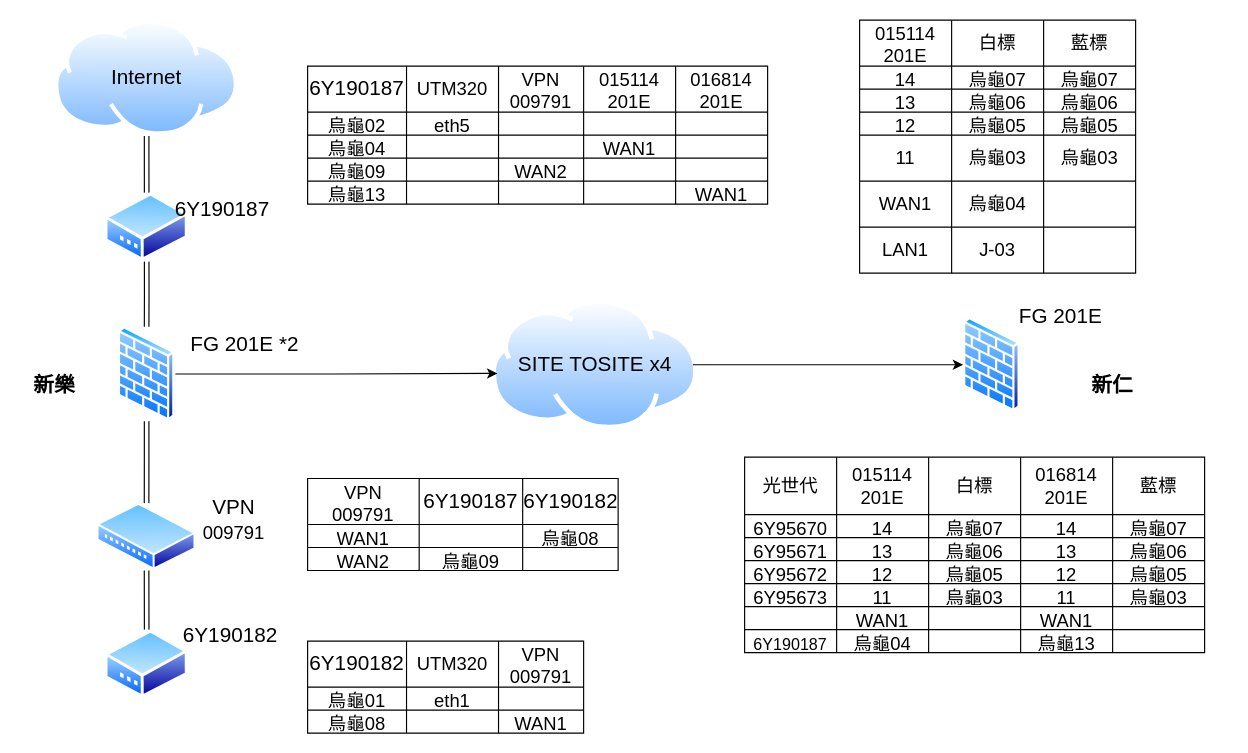
Earlier version of the draw.io diagram 新樂端.drawio (HungYn/drqw). Source tidied: cells renumbered, new cells numbered last; positions are measured from the earlier drawing's top-left corner, leaving out a move shared by most shapes. Both pictures are drawn from the tidied source at 115%, with x=0, y=0 at pixel (20, 20).
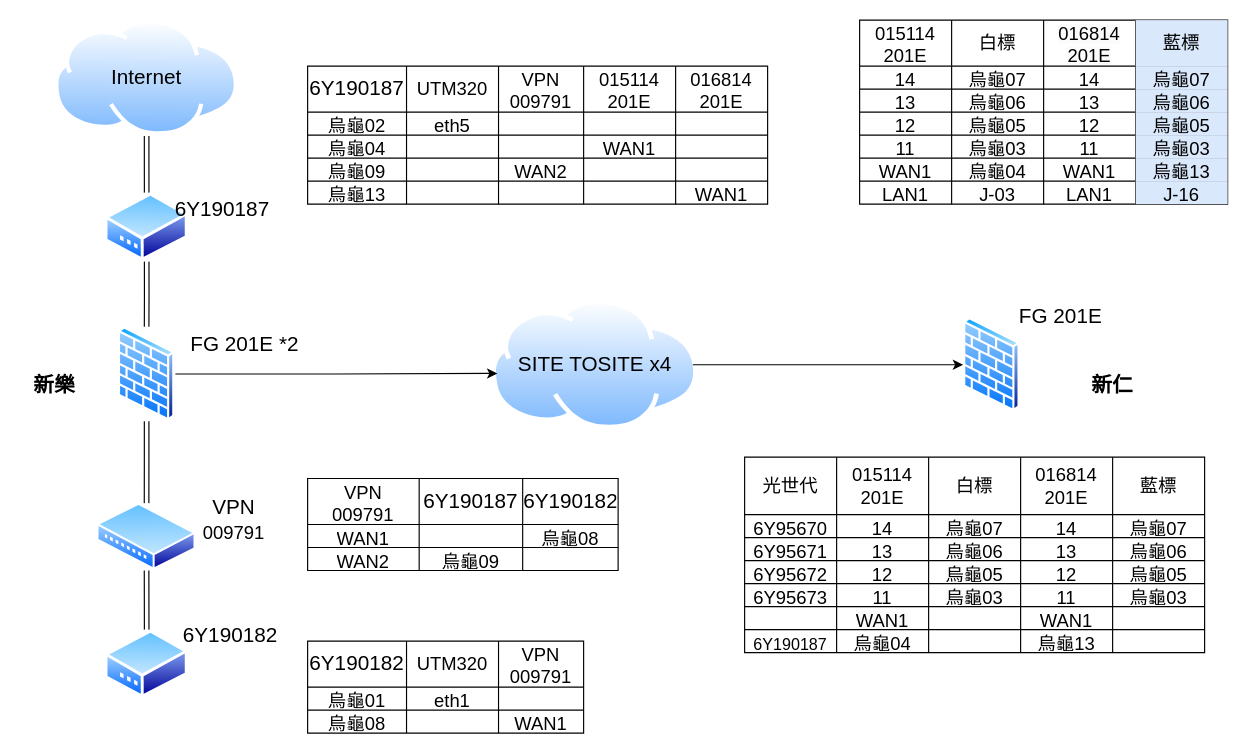
After the change.

Change to the diagram source:
```diff
@@
     <mxCell id="26" style="shape=table;startSize=0;childLayout=tableLayout;fontSize=16;strokeColor=default;align=center;verticalAlign=middle;fontFamily=Helvetica;fontColor=default;fillColor=default;" parent="1" vertex="1">
-      <mxGeometry x="730" width="240" height="220" as="geometry" />
+      <mxGeometry x="730" width="320" height="160" as="geometry" />
     </mxCell>
     <mxCell id="27" style="shape=tableRow;horizontal=0;startSize=0;swimlaneHead=0;swimlaneBody=0;strokeColor=inherit;top=0;left=0;bottom=0;right=0;fillColor=none;fontSize=16;align=center;verticalAlign=middle;fontFamily=Helvetica;fontColor=default;" parent="26" vertex="1">
-      <mxGeometry width="240" height="40" as="geometry" />
+      <mxGeometry width="320" height="40" as="geometry" />
     </mxCell>
@@
+    <mxCell id="155" value="&lt;span style=&quot;color: rgb(0, 0, 0); font-family: Helvetica; font-size: 16px; font-style: normal; font-variant-ligatures: normal; font-variant-caps: normal; font-weight: 400; letter-spacing: normal; orphans: 2; text-align: center; text-indent: 0px; text-transform: none; widows: 2; word-spacing: 0px; -webkit-text-stroke-width: 0px; white-space: normal; background-color: rgb(251, 251, 251); text-decoration-thickness: initial; text-decoration-style: initial; text-decoration-color: initial; display: inline !important; float: none;&quot;&gt;016814&lt;/span&gt;&lt;br style=&quot;forced-color-adjust: none; color: rgb(0, 0, 0); font-family: Helvetica; font-size: 16px; font-style: normal; font-variant-ligatures: normal; font-variant-caps: normal; font-weight: 400; letter-spacing: normal; orphans: 2; text-align: center; text-indent: 0px; text-transform: none; widows: 2; word-spacing: 0px; -webkit-text-stroke-width: 0px; white-space: normal; background-color: rgb(251, 251, 251); text-decoration-thickness: initial; text-decoration-style: initial; text-decoration-color: initial;&quot;&gt;&lt;span style=&quot;color: rgb(0, 0, 0); font-family: Helvetica; font-size: 16px; font-style: normal; font-variant-ligatures: normal; font-variant-caps: normal; font-weight: 400; letter-spacing: normal; orphans: 2; text-align: center; text-indent: 0px; text-transform: none; widows: 2; word-spacing: 0px; -webkit-text-stroke-width: 0px; white-space: normal; background-color: rgb(251, 251, 251); text-decoration-thickness: initial; text-decoration-style: initial; text-decoration-color: initial; display: inline !important; float: none;&quot;&gt;201E&lt;/span&gt;&lt;div&gt;&lt;br/&gt;&lt;/div&gt;" style="shape=partialRectangle;html=1;whiteSpace=wrap;strokeColor=inherit;overflow=hidden;fillColor=none;top=0;left=0;bottom=0;right=0;fontSize=16;align=center;verticalAlign=middle;fontFamily=Helvetica;fontColor=default;" parent="27" vertex="1">
+      <mxGeometry x="160" width="80" height="40" as="geometry" />
+    </mxCell>
-    <mxCell id="30" value="藍標" style="shape=partialRectangle;html=1;whiteSpace=wrap;strokeColor=inherit;overflow=hidden;fillColor=none;top=0;left=0;bottom=0;right=0;fontSize=16;align=center;verticalAlign=middle;fontFamily=Helvetica;fontColor=default;" parent="27" vertex="1">
-      <mxGeometry x="160" width="80" height="40" as="geometry" />
+    <mxCell id="30" value="藍標" style="shape=partialRectangle;html=1;whiteSpace=wrap;strokeColor=#6c8ebf;overflow=hidden;fillColor=#dae8fc;top=0;left=0;bottom=0;right=0;fontSize=16;align=center;verticalAlign=middle;fontFamily=Helvetica;" parent="27" vertex="1">
+      <mxGeometry x="240" width="80" height="40" as="geometry" />
     </mxCell>
     <mxCell id="31" style="shape=tableRow;horizontal=0;startSize=0;swimlaneHead=0;swimlaneBody=0;strokeColor=inherit;top=0;left=0;bottom=0;right=0;fillColor=none;fontSize=16;align=center;verticalAlign=middle;fontFamily=Helvetica;fontColor=default;" parent="26" vertex="1">
-      <mxGeometry y="40" width="240" height="20" as="geometry" />
+      <mxGeometry y="40" width="320" height="20" as="geometry" />
     </mxCell>
@@
+    <mxCell id="156" value="14" style="shape=partialRectangle;html=1;whiteSpace=wrap;strokeColor=inherit;overflow=hidden;fillColor=none;top=0;left=0;bottom=0;right=0;fontSize=16;align=center;verticalAlign=middle;fontFamily=Helvetica;fontColor=default;" parent="31" vertex="1">
+      <mxGeometry x="160" width="80" height="20" as="geometry" />
+    </mxCell>
-    <mxCell id="34" value="烏龜07" style="shape=partialRectangle;html=1;whiteSpace=wrap;strokeColor=inherit;overflow=hidden;fillColor=none;top=0;left=0;bottom=0;right=0;fontSize=16;align=center;verticalAlign=middle;fontFamily=Helvetica;fontColor=default;" parent="31" vertex="1">
-      <mxGeometry x="160" width="80" height="20" as="geometry" />
+    <mxCell id="34" value="烏龜07" style="shape=partialRectangle;html=1;whiteSpace=wrap;strokeColor=#6c8ebf;overflow=hidden;fillColor=#dae8fc;top=0;left=0;bottom=0;right=0;fontSize=16;align=center;verticalAlign=middle;fontFamily=Helvetica;" parent="31" vertex="1">
+      <mxGeometry x="240" width="80" height="20" as="geometry" />
     </mxCell>
     <mxCell id="35" style="shape=tableRow;horizontal=0;startSize=0;swimlaneHead=0;swimlaneBody=0;strokeColor=inherit;top=0;left=0;bottom=0;right=0;fillColor=none;fontSize=16;align=center;verticalAlign=middle;fontFamily=Helvetica;fontColor=default;" parent="26" vertex="1">
-      <mxGeometry y="60" width="240" height="20" as="geometry" />
+      <mxGeometry y="60" width="320" height="20" as="geometry" />
     </mxCell>
@@
+    <mxCell id="157" value="13" style="shape=partialRectangle;html=1;whiteSpace=wrap;strokeColor=inherit;overflow=hidden;fillColor=none;top=0;left=0;bottom=0;right=0;fontSize=16;align=center;verticalAlign=middle;fontFamily=Helvetica;fontColor=default;" parent="35" vertex="1">
+      <mxGeometry x="160" width="80" height="20" as="geometry" />
+    </mxCell>
-    <mxCell id="38" value="烏龜06" style="shape=partialRectangle;html=1;whiteSpace=wrap;strokeColor=inherit;overflow=hidden;fillColor=none;top=0;left=0;bottom=0;right=0;fontSize=16;align=center;verticalAlign=middle;fontFamily=Helvetica;fontColor=default;" parent="35" vertex="1">
-      <mxGeometry x="160" width="80" height="20" as="geometry" />
+    <mxCell id="38" value="烏龜06" style="shape=partialRectangle;html=1;whiteSpace=wrap;strokeColor=#6c8ebf;overflow=hidden;fillColor=#dae8fc;top=0;left=0;bottom=0;right=0;fontSize=16;align=center;verticalAlign=middle;fontFamily=Helvetica;" parent="35" vertex="1">
+      <mxGeometry x="240" width="80" height="20" as="geometry" />
     </mxCell>
     <mxCell id="39" style="shape=tableRow;horizontal=0;startSize=0;swimlaneHead=0;swimlaneBody=0;strokeColor=inherit;top=0;left=0;bottom=0;right=0;fillColor=none;fontSize=16;align=center;verticalAlign=middle;fontFamily=Helvetica;fontColor=default;" parent="26" vertex="1">
-      <mxGeometry y="80" width="240" height="20" as="geometry" />
+      <mxGeometry y="80" width="320" height="20" as="geometry" />
     </mxCell>
@@
+    <mxCell id="158" value="12" style="shape=partialRectangle;html=1;whiteSpace=wrap;strokeColor=inherit;overflow=hidden;fillColor=none;top=0;left=0;bottom=0;right=0;fontSize=16;align=center;verticalAlign=middle;fontFamily=Helvetica;fontColor=default;" parent="39" vertex="1">
+      <mxGeometry x="160" width="80" height="20" as="geometry" />
+    </mxCell>
-    <mxCell id="42" value="烏龜05" style="shape=partialRectangle;html=1;whiteSpace=wrap;strokeColor=inherit;overflow=hidden;fillColor=none;top=0;left=0;bottom=0;right=0;fontSize=16;align=center;verticalAlign=middle;fontFamily=Helvetica;fontColor=default;" parent="39" vertex="1">
-      <mxGeometry x="160" width="80" height="20" as="geometry" />
+    <mxCell id="42" value="烏龜05" style="shape=partialRectangle;html=1;whiteSpace=wrap;strokeColor=#6c8ebf;overflow=hidden;fillColor=#dae8fc;top=0;left=0;bottom=0;right=0;fontSize=16;align=center;verticalAlign=middle;fontFamily=Helvetica;" parent="39" vertex="1">
+      <mxGeometry x="240" width="80" height="20" as="geometry" />
     </mxCell>
     <mxCell id="43" style="shape=tableRow;horizontal=0;startSize=0;swimlaneHead=0;swimlaneBody=0;strokeColor=inherit;top=0;left=0;bottom=0;right=0;fillColor=none;fontSize=16;align=center;verticalAlign=middle;fontFamily=Helvetica;fontColor=default;" parent="26" vertex="1">
-      <mxGeometry y="100" width="240" height="40" as="geometry" />
+      <mxGeometry y="100" width="320" height="20" as="geometry" />
     </mxCell>
     <mxCell id="44" value="11" style="shape=partialRectangle;html=1;whiteSpace=wrap;strokeColor=inherit;overflow=hidden;fillColor=none;top=0;left=0;bottom=0;right=0;fontSize=16;align=center;verticalAlign=middle;fontFamily=Helvetica;fontColor=default;" parent="43" vertex="1">
-      <mxGeometry width="80" height="40" as="geometry" />
+      <mxGeometry width="80" height="20" as="geometry" />
     </mxCell>
     <mxCell id="45" value="&lt;span style=&quot;color: rgb(0, 0, 0); font-family: Helvetica; font-size: 16px; font-style: normal; font-variant-ligatures: normal; font-variant-caps: normal; font-weight: 400; letter-spacing: normal; orphans: 2; text-align: center; text-indent: 0px; text-transform: none; widows: 2; word-spacing: 0px; -webkit-text-stroke-width: 0px; white-space: normal; background-color: rgb(251, 251, 251); text-decoration-thickness: initial; text-decoration-style: initial; text-decoration-color: initial; display: inline !important; float: none;&quot;&gt;烏龜03&lt;/span&gt;" style="shape=partialRectangle;html=1;whiteSpace=wrap;strokeColor=inherit;overflow=hidden;fillColor=none;top=0;left=0;bottom=0;right=0;fontSize=16;align=center;verticalAlign=middle;fontFamily=Helvetica;fontColor=default;" parent="43" vertex="1">
-      <mxGeometry x="80" width="80" height="40" as="geometry" />
+      <mxGeometry x="80" width="80" height="20" as="geometry" />
     </mxCell>
+    <mxCell id="159" value="11" style="shape=partialRectangle;html=1;whiteSpace=wrap;strokeColor=inherit;overflow=hidden;fillColor=none;top=0;left=0;bottom=0;right=0;fontSize=16;align=center;verticalAlign=middle;fontFamily=Helvetica;fontColor=default;" parent="43" vertex="1">
+      <mxGeometry x="160" width="80" height="20" as="geometry" />
+    </mxCell>
-    <mxCell id="46" value="烏龜03" style="shape=partialRectangle;html=1;whiteSpace=wrap;strokeColor=inherit;overflow=hidden;fillColor=none;top=0;left=0;bottom=0;right=0;fontSize=16;align=center;verticalAlign=middle;fontFamily=Helvetica;fontColor=default;" parent="43" vertex="1">
-      <mxGeometry x="160" width="80" height="40" as="geometry" />
+    <mxCell id="46" value="烏龜03" style="shape=partialRectangle;html=1;whiteSpace=wrap;strokeColor=#6c8ebf;overflow=hidden;fillColor=#dae8fc;top=0;left=0;bottom=0;right=0;fontSize=16;align=center;verticalAlign=middle;fontFamily=Helvetica;" parent="43" vertex="1">
+      <mxGeometry x="240" width="80" height="20" as="geometry" />
     </mxCell>
     <mxCell id="47" style="shape=tableRow;horizontal=0;startSize=0;swimlaneHead=0;swimlaneBody=0;strokeColor=inherit;top=0;left=0;bottom=0;right=0;fillColor=none;fontSize=16;align=center;verticalAlign=middle;fontFamily=Helvetica;fontColor=default;" parent="26" vertex="1">
-      <mxGeometry y="140" width="240" height="40" as="geometry" />
+      <mxGeometry y="120" width="320" height="20" as="geometry" />
     </mxCell>
     <mxCell id="48" value="WAN1" style="shape=partialRectangle;html=1;whiteSpace=wrap;strokeColor=inherit;overflow=hidden;fillColor=none;top=0;left=0;bottom=0;right=0;fontSize=16;align=center;verticalAlign=middle;fontFamily=Helvetica;fontColor=default;" parent="47" vertex="1">
-      <mxGeometry width="80" height="40" as="geometry" />
+      <mxGeometry width="80" height="20" as="geometry" />
     </mxCell>
     <mxCell id="49" value="&lt;span style=&quot;color: rgb(0, 0, 0); font-family: Helvetica; font-size: 16px; font-style: normal; font-variant-ligatures: normal; font-variant-caps: normal; font-weight: 400; letter-spacing: normal; orphans: 2; text-align: center; text-indent: 0px; text-transform: none; widows: 2; word-spacing: 0px; -webkit-text-stroke-width: 0px; white-space: normal; background-color: rgb(251, 251, 251); text-decoration-thickness: initial; text-decoration-style: initial; text-decoration-color: initial; display: inline !important; float: none;&quot;&gt;烏龜04&lt;/span&gt;" style="shape=partialRectangle;html=1;whiteSpace=wrap;strokeColor=inherit;overflow=hidden;fillColor=none;top=0;left=0;bottom=0;right=0;fontSize=16;align=center;verticalAlign=middle;fontFamily=Helvetica;fontColor=default;" parent="47" vertex="1">
-      <mxGeometry x="80" width="80" height="40" as="geometry" />
+      <mxGeometry x="80" width="80" height="20" as="geometry" />
     </mxCell>
+    <mxCell id="160" value="WAN1" style="shape=partialRectangle;html=1;whiteSpace=wrap;strokeColor=inherit;overflow=hidden;fillColor=none;top=0;left=0;bottom=0;right=0;fontSize=16;align=center;verticalAlign=middle;fontFamily=Helvetica;fontColor=default;" parent="47" vertex="1">
+      <mxGeometry x="160" width="80" height="20" as="geometry" />
+    </mxCell>
-    <mxCell id="50" style="shape=partialRectangle;html=1;whiteSpace=wrap;strokeColor=inherit;overflow=hidden;fillColor=none;top=0;left=0;bottom=0;right=0;fontSize=16;align=center;verticalAlign=middle;fontFamily=Helvetica;fontColor=default;" parent="47" vertex="1">
-      <mxGeometry x="160" width="80" height="40" as="geometry" />
+    <mxCell id="50" value="烏龜13" style="shape=partialRectangle;html=1;whiteSpace=wrap;strokeColor=#6c8ebf;overflow=hidden;fillColor=#dae8fc;top=0;left=0;bottom=0;right=0;fontSize=16;align=center;verticalAlign=middle;fontFamily=Helvetica;" parent="47" vertex="1">
+      <mxGeometry x="240" width="80" height="20" as="geometry" />
     </mxCell>
     <mxCell id="51" style="shape=tableRow;horizontal=0;startSize=0;swimlaneHead=0;swimlaneBody=0;strokeColor=inherit;top=0;left=0;bottom=0;right=0;fillColor=none;fontSize=16;align=center;verticalAlign=middle;fontFamily=Helvetica;fontColor=default;" parent="26" vertex="1">
-      <mxGeometry y="180" width="240" height="40" as="geometry" />
+      <mxGeometry y="140" width="320" height="20" as="geometry" />
     </mxCell>
     <mxCell id="52" value="LAN1" style="shape=partialRectangle;html=1;whiteSpace=wrap;strokeColor=inherit;overflow=hidden;fillColor=none;top=0;left=0;bottom=0;right=0;fontSize=16;align=center;verticalAlign=middle;fontFamily=Helvetica;fontColor=default;" parent="51" vertex="1">
-      <mxGeometry width="80" height="40" as="geometry" />
+      <mxGeometry width="80" height="20" as="geometry" />
     </mxCell>
     <mxCell id="53" value="J-03" style="shape=partialRectangle;html=1;whiteSpace=wrap;strokeColor=inherit;overflow=hidden;fillColor=none;top=0;left=0;bottom=0;right=0;fontSize=16;align=center;verticalAlign=middle;fontFamily=Helvetica;fontColor=default;" parent="51" vertex="1">
-      <mxGeometry x="80" width="80" height="40" as="geometry" />
+      <mxGeometry x="80" width="80" height="20" as="geometry" />
     </mxCell>
+    <mxCell id="161" value="LAN1" style="shape=partialRectangle;html=1;whiteSpace=wrap;strokeColor=inherit;overflow=hidden;fillColor=none;top=0;left=0;bottom=0;right=0;fontSize=16;align=center;verticalAlign=middle;fontFamily=Helvetica;fontColor=default;" parent="51" vertex="1">
+      <mxGeometry x="160" width="80" height="20" as="geometry" />
+    </mxCell>
-    <mxCell id="54" style="shape=partialRectangle;html=1;whiteSpace=wrap;strokeColor=inherit;overflow=hidden;fillColor=none;top=0;left=0;bottom=0;right=0;fontSize=16;align=center;verticalAlign=middle;fontFamily=Helvetica;fontColor=default;" parent="51" vertex="1">
-      <mxGeometry x="160" width="80" height="40" as="geometry" />
+    <mxCell id="54" value="J-16" style="shape=partialRectangle;html=1;whiteSpace=wrap;strokeColor=#6c8ebf;overflow=hidden;fillColor=#dae8fc;top=0;left=0;bottom=0;right=0;fontSize=16;align=center;verticalAlign=middle;fontFamily=Helvetica;" parent="51" vertex="1">
+      <mxGeometry x="240" width="80" height="20" as="geometry" />
     </mxCell>
```
